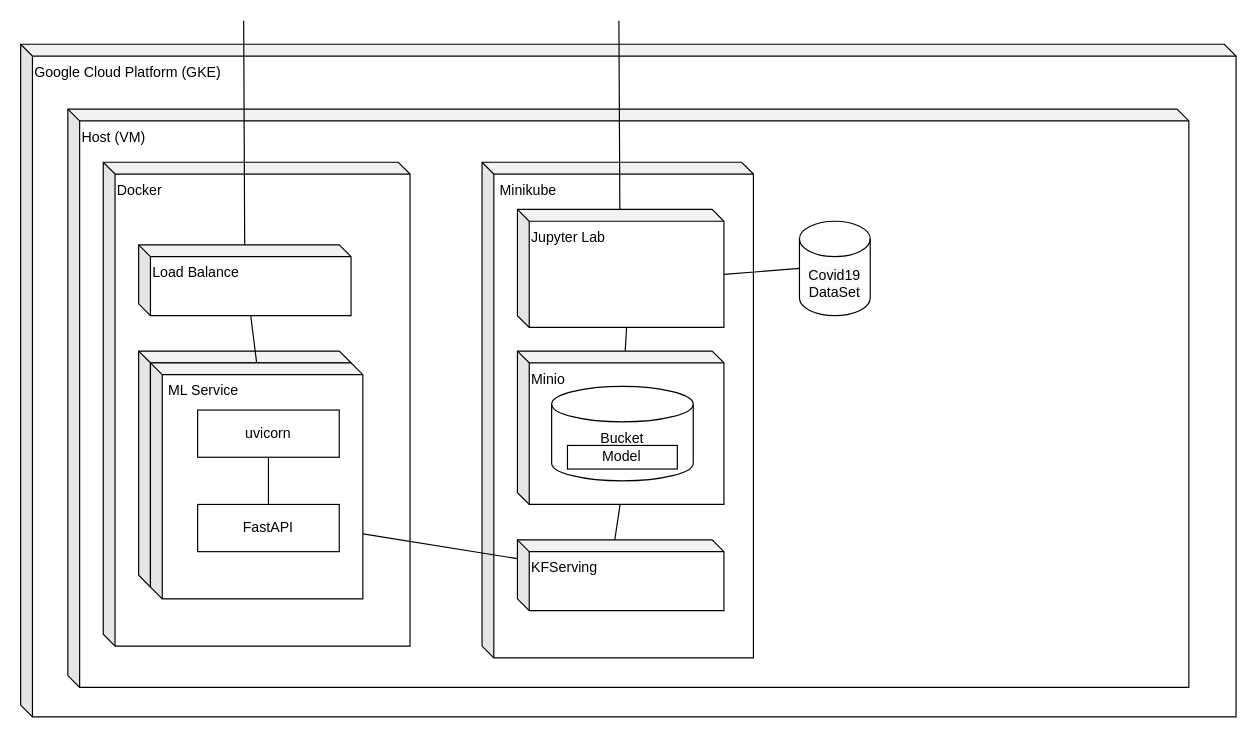
The draw.io diagram page "M4-Deployment" (3 of 4) of M3-cloudmsa.drawio in skykbw/draw-architecture, before the edit. Source tidied: cells renumbered, new cells numbered last; positions are measured from the earlier drawing's top-left corner, leaving out a move shared by most shapes. Both pictures are drawn from the tidied source at 118%, with x=0, y=0 at pixel (20, 20).
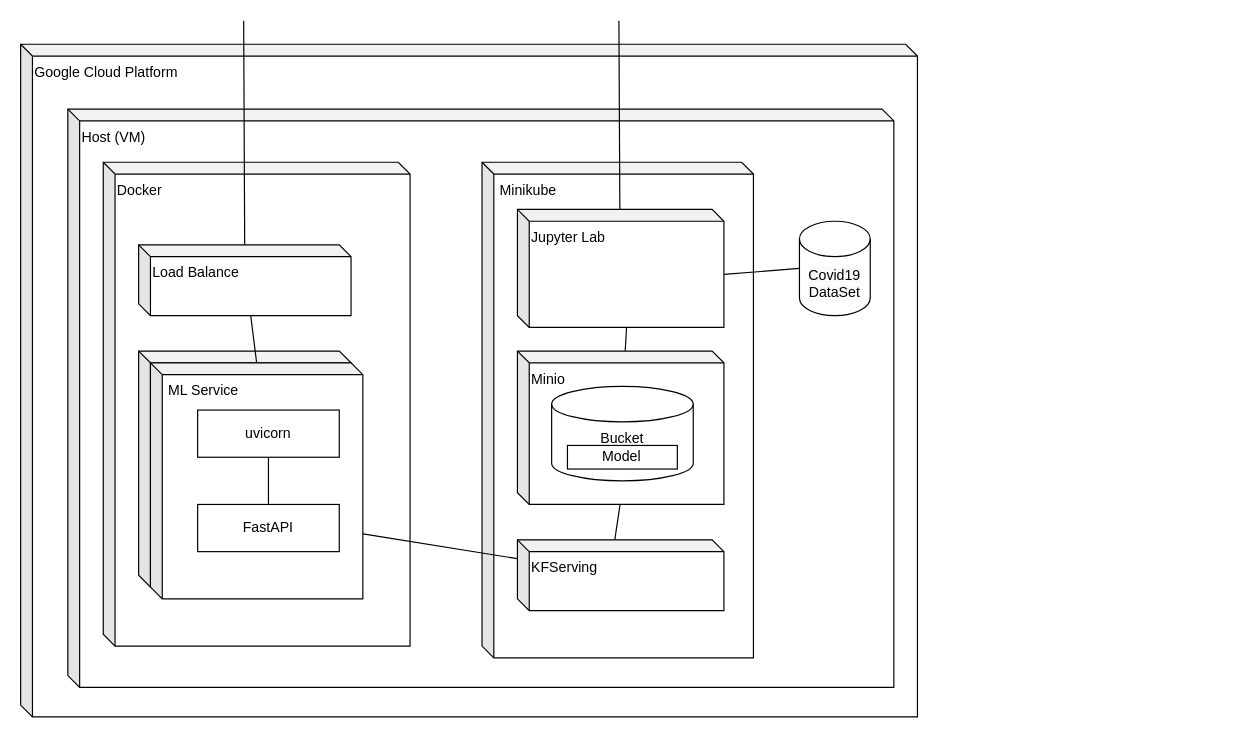
The same diagram, later.

Diff of the diagram source:
```diff
@@
-    <mxCell id="2" value="Google Cloud Platform (GKE)" style="shape=cube;whiteSpace=wrap;html=1;boundedLbl=1;backgroundOutline=1;darkOpacity=0.05;darkOpacity2=0.1;shadow=0;align=left;horizontal=1;verticalAlign=top;size=10;" parent="1" vertex="1">
-      <mxGeometry y="20" width="1030" height="570" as="geometry" />
+    <mxCell id="2" value="Google Cloud Platform" style="shape=cube;whiteSpace=wrap;html=1;boundedLbl=1;backgroundOutline=1;darkOpacity=0.05;darkOpacity2=0.1;shadow=0;align=left;horizontal=1;verticalAlign=top;size=10;" parent="1" vertex="1">
+      <mxGeometry y="20" width="760" height="570" as="geometry" />
     </mxCell>
     <mxCell id="3" value="Host (VM)" style="shape=cube;whiteSpace=wrap;html=1;boundedLbl=1;backgroundOutline=1;darkOpacity=0.05;darkOpacity2=0.1;shadow=0;align=left;horizontal=1;verticalAlign=top;size=10;" parent="1" vertex="1">
-      <mxGeometry x="40" y="75" width="950" height="490" as="geometry" />
+      <mxGeometry x="40" y="75" width="700" height="490" as="geometry" />
     </mxCell>
```
